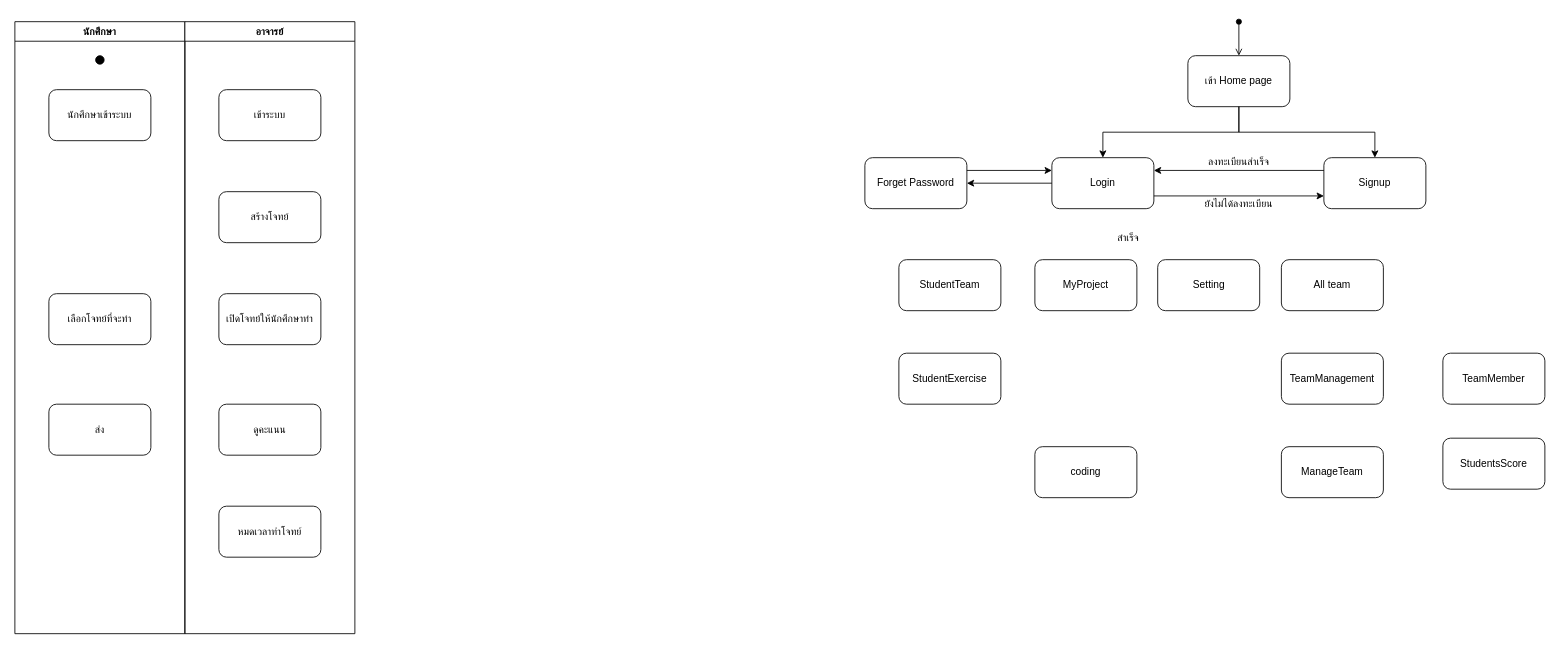
Before: page "Flow Diagram" (3 of 7) of ActivityDiagram.drawio in AutomatedAssessmentofPythonProgramming/CEProject65-41, a draw.io diagram. Source tidied: cells renumbered, new cells numbered last; positions are measured from the earlier drawing's top-left corner, leaving out a move shared by most shapes. Both pictures are drawn from the tidied source at 85%, with x=0, y=0 at pixel (14, 21).
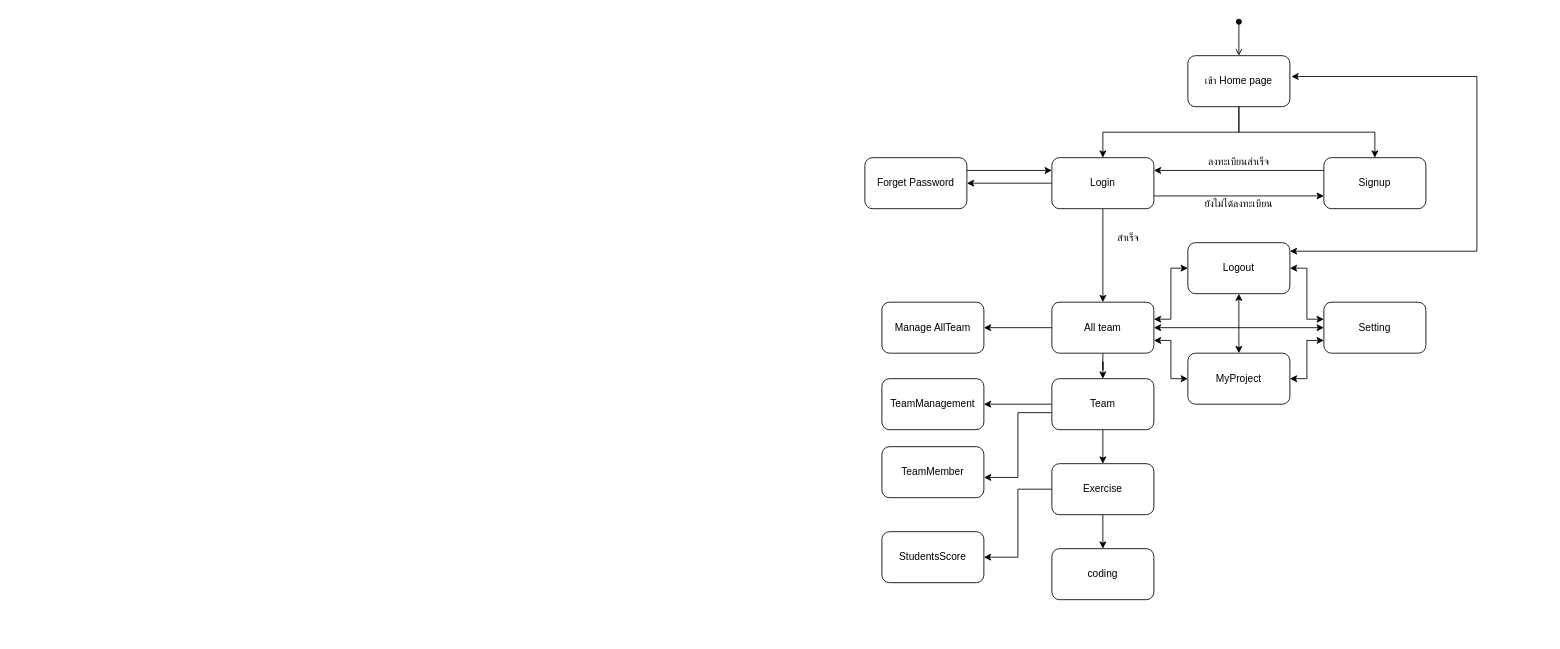
After the change.

Commit message:
erd flow usecase

Unchanged cells that the change refers to:
```xml
<mxCell id="3" value="เข้า Home page" style="rounded=1;whiteSpace=wrap;html=1;" parent="1" vertex="1">
  <mxGeometry x="1380" y="40" width="120" height="60" as="geometry" />
</mxCell>
<mxCell id="6" value="Login" style="rounded=1;whiteSpace=wrap;html=1;" parent="1" vertex="1">
  <mxGeometry x="1220" y="160" width="120" height="60" as="geometry" />
</mxCell>
```

What changed in the source:
```diff
@@
+    <mxCell id="38" style="edgeStyle=orthogonalEdgeStyle;rounded=0;jettySize=auto;html=1;entryX=0.5;entryY=0;entryDx=0;entryDy=0;" parent="1" edge="1" source="6" target="8">
+      <mxGeometry relative="1" as="geometry" />
+    </mxCell>
@@
+    <mxCell id="39" style="edgeStyle=orthogonalEdgeStyle;rounded=0;jettySize=auto;html=1;entryX=0;entryY=0.5;entryDx=0;entryDy=0;startArrow=classic;startFill=1;exitX=1;exitY=0.75;exitDx=0;exitDy=0;" parent="1" edge="1" source="8" target="29">
+      <mxGeometry relative="1" as="geometry" />
+    </mxCell>
+    <mxCell id="40" style="edgeStyle=orthogonalEdgeStyle;rounded=0;jettySize=auto;html=1;entryX=0;entryY=0.5;entryDx=0;entryDy=0;startArrow=classic;startFill=1;" parent="1" edge="1" source="8" target="33">
+      <mxGeometry relative="1" as="geometry" />
+    </mxCell>
+    <mxCell id="41" style="edgeStyle=orthogonalEdgeStyle;rounded=0;jettySize=auto;html=1;entryX=0;entryY=0.5;entryDx=0;entryDy=0;startArrow=classic;startFill=1;" parent="1" edge="1" source="8" target="53">
+      <mxGeometry relative="1" as="geometry">
+        <Array as="points">
+          <mxPoint x="1360" y="350" />
+          <mxPoint x="1360" y="290" />
+        </Array>
+      </mxGeometry>
+    </mxCell>
+    <mxCell id="42" style="edgeStyle=orthogonalEdgeStyle;rounded=0;jettySize=auto;html=1;entryX=0.5;entryY=0;entryDx=0;entryDy=0;startArrow=none;startFill=0;" parent="1" edge="1" source="8" target="30">
+      <mxGeometry relative="1" as="geometry" />
+    </mxCell>
+    <mxCell id="43" style="edgeStyle=orthogonalEdgeStyle;rounded=0;jettySize=auto;html=1;entryX=1;entryY=0.5;entryDx=0;entryDy=0;startArrow=none;startFill=0;" parent="1" edge="1" source="8" target="31">
+      <mxGeometry relative="1" as="geometry" />
+    </mxCell>
     <mxCell id="8" value="All team" style="rounded=1;whiteSpace=wrap;html=1;" parent="1" vertex="1">
-      <mxGeometry x="1490" y="280" width="120" height="60" as="geometry" />
+      <mxGeometry x="1220" y="330" width="120" height="60" as="geometry" />
     </mxCell>
@@
-    <mxCell id="17" style="group;" parent="1" vertex="1">
-      <mxGeometry width="400" height="720" as="geometry" />
-    </mxCell>
-    <mxCell id="18" value="นักศึกษา" style="swimlane;verticalAlign=middle;" parent="17" vertex="1">
-      <mxGeometry width="200" height="720" as="geometry" />
-    </mxCell>
-    <mxCell id="19" style="ellipse;whiteSpace=wrap;html=1;fillColor=#000000;" parent="18" vertex="1">
-      <mxGeometry x="95" y="40" width="10" height="10" as="geometry" />
-    </mxCell>
-    <mxCell id="20" value="นักศึกษาเข้าระบบ" style="rounded=1;whiteSpace=wrap;html=1;fillColor=#FFFFFF;" parent="18" vertex="1">
-      <mxGeometry x="40" y="80" width="120" height="60" as="geometry" />
-    </mxCell>
-    <mxCell id="21" value="เลือกโจทย์ที่จะทำ" style="rounded=1;whiteSpace=wrap;html=1;fillColor=#FFFFFF;" parent="18" vertex="1">
-      <mxGeometry x="40" y="320" width="120" height="60" as="geometry" />
-    </mxCell>
-    <mxCell id="22" value="ส่ง" style="rounded=1;whiteSpace=wrap;html=1;fillColor=#FFFFFF;" parent="18" vertex="1">
-      <mxGeometry x="40" y="450" width="120" height="60" as="geometry" />
-    </mxCell>
-    <mxCell id="23" value="อาจารย์" style="swimlane;" parent="17" vertex="1">
-      <mxGeometry x="200" width="200" height="720" as="geometry" />
-    </mxCell>
-    <mxCell id="24" value="&lt;span&gt;เข้าระบบ&lt;/span&gt;" style="rounded=1;whiteSpace=wrap;html=1;fillColor=#FFFFFF;" parent="23" vertex="1">
-      <mxGeometry x="40" y="80" width="120" height="60" as="geometry" />
-    </mxCell>
-    <mxCell id="25" value="สร้างโจทย์" style="rounded=1;whiteSpace=wrap;html=1;fillColor=#FFFFFF;" parent="23" vertex="1">
-      <mxGeometry x="40" y="200" width="120" height="60" as="geometry" />
-    </mxCell>
-    <mxCell id="26" value="เปิดโจทย์ให้นักศึกษาทำ" style="rounded=1;whiteSpace=wrap;html=1;fillColor=#FFFFFF;" parent="23" vertex="1">
-      <mxGeometry x="40" y="320" width="120" height="60" as="geometry" />
-    </mxCell>
-    <mxCell id="27" value="หมดเวลาทำโจทย์" style="rounded=1;whiteSpace=wrap;html=1;fillColor=#FFFFFF;" parent="23" vertex="1">
-      <mxGeometry x="40" y="570" width="120" height="60" as="geometry" />
-    </mxCell>
-    <mxCell id="28" value="ดูคะแนน" style="rounded=1;whiteSpace=wrap;html=1;fillColor=#FFFFFF;" parent="23" vertex="1">
-      <mxGeometry x="40" y="450" width="120" height="60" as="geometry" />
-    </mxCell>
     <mxCell id="29" value="MyProject" style="rounded=1;whiteSpace=wrap;html=1;fillColor=#FFFFFF;" parent="1" vertex="1">
-      <mxGeometry x="1200" y="280" width="120" height="60" as="geometry" />
+      <mxGeometry x="1380" y="390" width="120" height="60" as="geometry" />
     </mxCell>
+    <mxCell id="44" style="edgeStyle=orthogonalEdgeStyle;rounded=0;jettySize=auto;html=1;entryX=0.5;entryY=0;entryDx=0;entryDy=0;startArrow=none;startFill=0;" parent="1" edge="1" source="30" target="34">
+      <mxGeometry relative="1" as="geometry" />
+    </mxCell>
+    <mxCell id="45" style="edgeStyle=orthogonalEdgeStyle;rounded=0;jettySize=auto;html=1;entryX=1;entryY=0.5;entryDx=0;entryDy=0;startArrow=none;startFill=0;" parent="1" edge="1" source="30" target="35">
+      <mxGeometry relative="1" as="geometry" />
+    </mxCell>
+    <mxCell id="46" style="edgeStyle=orthogonalEdgeStyle;rounded=0;jettySize=auto;html=1;entryX=1.001;entryY=0.603;entryDx=0;entryDy=0;entryPerimeter=0;startArrow=none;startFill=0;" parent="1" edge="1" source="30" target="32">
+      <mxGeometry relative="1" as="geometry">
+        <Array as="points">
+          <mxPoint x="1180" y="460" />
+          <mxPoint x="1180" y="536" />
+        </Array>
+      </mxGeometry>
+    </mxCell>
-    <mxCell id="30" value="StudentTeam" style="rounded=1;whiteSpace=wrap;html=1;fillColor=#FFFFFF;" parent="1" vertex="1">
-      <mxGeometry x="1040" y="280" width="120" height="60" as="geometry" />
+    <mxCell id="30" value="Team" style="rounded=1;whiteSpace=wrap;html=1;fillColor=#FFFFFF;" parent="1" vertex="1">
+      <mxGeometry x="1220" y="420" width="120" height="60" as="geometry" />
     </mxCell>
-    <mxCell id="31" value="ManageTeam" style="rounded=1;whiteSpace=wrap;html=1;fillColor=#FFFFFF;" parent="1" vertex="1">
-      <mxGeometry x="1490" y="500" width="120" height="60" as="geometry" />
+    <mxCell id="31" value="Manage AllTeam" style="rounded=1;whiteSpace=wrap;html=1;fillColor=#FFFFFF;" parent="1" vertex="1">
+      <mxGeometry x="1020" y="330" width="120" height="60" as="geometry" />
     </mxCell>
     <mxCell id="32" value="TeamMember" style="rounded=1;whiteSpace=wrap;html=1;fillColor=#FFFFFF;" parent="1" vertex="1">
-      <mxGeometry x="1680" y="390" width="120" height="60" as="geometry" />
+      <mxGeometry x="1020" y="500" width="120" height="60" as="geometry" />
     </mxCell>
+    <mxCell id="47" style="edgeStyle=orthogonalEdgeStyle;rounded=0;jettySize=auto;html=1;entryX=1;entryY=0.5;entryDx=0;entryDy=0;startArrow=classic;startFill=1;" parent="1" edge="1" source="33" target="53">
+      <mxGeometry relative="1" as="geometry">
+        <Array as="points">
+          <mxPoint x="1520" y="350" />
+          <mxPoint x="1520" y="290" />
+        </Array>
+      </mxGeometry>
+    </mxCell>
     <mxCell id="33" value="Setting" style="rounded=1;whiteSpace=wrap;html=1;fillColor=#FFFFFF;" parent="1" vertex="1">
-      <mxGeometry x="1344.5" y="280" width="120" height="60" as="geometry" />
+      <mxGeometry x="1540" y="330" width="120" height="60" as="geometry" />
     </mxCell>
+    <mxCell id="48" style="edgeStyle=orthogonalEdgeStyle;rounded=0;jettySize=auto;html=1;entryX=0.5;entryY=0;entryDx=0;entryDy=0;startArrow=none;startFill=0;" parent="1" edge="1" source="34" target="37">
+      <mxGeometry relative="1" as="geometry" />
+    </mxCell>
+    <mxCell id="49" style="edgeStyle=orthogonalEdgeStyle;rounded=0;jettySize=auto;html=1;entryX=1;entryY=0.5;entryDx=0;entryDy=0;startArrow=none;startFill=0;" parent="1" edge="1" source="34" target="36">
+      <mxGeometry relative="1" as="geometry" />
+    </mxCell>
-    <mxCell id="34" value="StudentExercise" style="rounded=1;whiteSpace=wrap;html=1;fillColor=#FFFFFF;" parent="1" vertex="1">
-      <mxGeometry x="1040" y="390" width="120" height="60" as="geometry" />
+    <mxCell id="34" value="Exercise" style="rounded=1;whiteSpace=wrap;html=1;fillColor=#FFFFFF;" parent="1" vertex="1">
+      <mxGeometry x="1220" y="520" width="120" height="60" as="geometry" />
     </mxCell>
     <mxCell id="35" value="TeamManagement" style="rounded=1;whiteSpace=wrap;html=1;fillColor=#FFFFFF;" parent="1" vertex="1">
-      <mxGeometry x="1490" y="390" width="120" height="60" as="geometry" />
+      <mxGeometry x="1020" y="420" width="120" height="60" as="geometry" />
     </mxCell>
     <mxCell id="36" value="StudentsScore" style="rounded=1;whiteSpace=wrap;html=1;fillColor=#FFFFFF;" parent="1" vertex="1">
-      <mxGeometry x="1680" y="490" width="120" height="60" as="geometry" />
+      <mxGeometry x="1020" y="600" width="120" height="60" as="geometry" />
     </mxCell>
     <mxCell id="37" value="coding" style="rounded=1;whiteSpace=wrap;html=1;fillColor=#FFFFFF;" parent="1" vertex="1">
-      <mxGeometry x="1200" y="500" width="120" height="60" as="geometry" />
+      <mxGeometry x="1220" y="620" width="120" height="60" as="geometry" />
     </mxCell>
+    <mxCell id="50" style="edgeStyle=orthogonalEdgeStyle;rounded=0;jettySize=auto;html=1;startArrow=classic;startFill=1;exitX=1;exitY=0.5;exitDx=0;exitDy=0;entryX=0;entryY=0.75;entryDx=0;entryDy=0;" parent="1" edge="1" source="29" target="33">
+      <mxGeometry relative="1" as="geometry" />
+    </mxCell>
+    <mxCell id="51" style="edgeStyle=orthogonalEdgeStyle;rounded=0;jettySize=auto;html=1;startArrow=classic;startFill=1;entryX=1.015;entryY=0.408;entryDx=0;entryDy=0;entryPerimeter=0;" parent="1" edge="1" source="53" target="3">
+      <mxGeometry relative="1" as="geometry">
+        <Array as="points">
+          <mxPoint x="1720" y="270" />
+          <mxPoint x="1720" y="65" />
+        </Array>
+      </mxGeometry>
+    </mxCell>
+    <mxCell id="52" style="edgeStyle=orthogonalEdgeStyle;rounded=0;jettySize=auto;html=1;entryX=0.5;entryY=0;entryDx=0;entryDy=0;startArrow=classic;startFill=1;" parent="1" edge="1" source="53" target="29">
+      <mxGeometry relative="1" as="geometry" />
+    </mxCell>
+    <mxCell id="53" value="Logout" style="rounded=1;whiteSpace=wrap;html=1;fillColor=#FFFFFF;" parent="1" vertex="1">
+      <mxGeometry x="1380" y="260" width="120" height="60" as="geometry" />
+    </mxCell>
```
